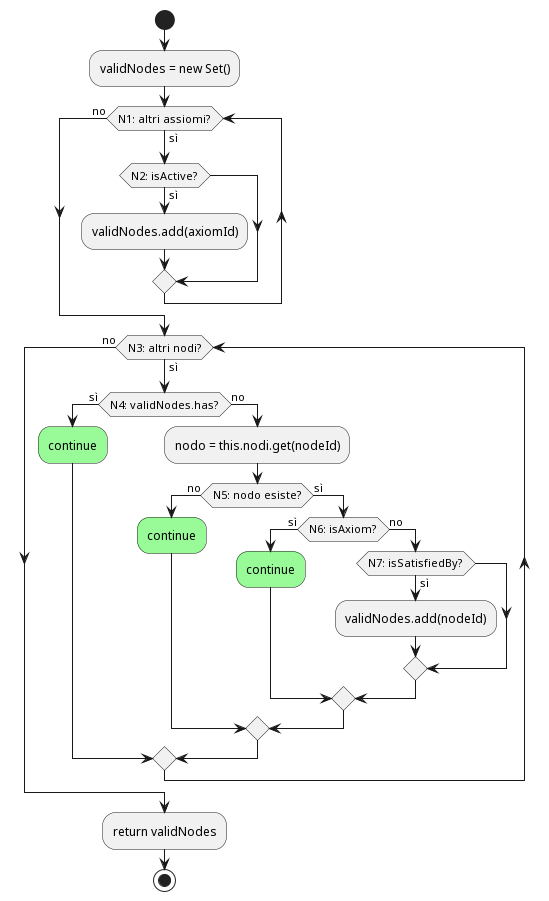
izaro-c/Matematika keeps this PlantUML diagram as docs/documento_progetto/images/cfg_diagram.png. Above is the earlier version.
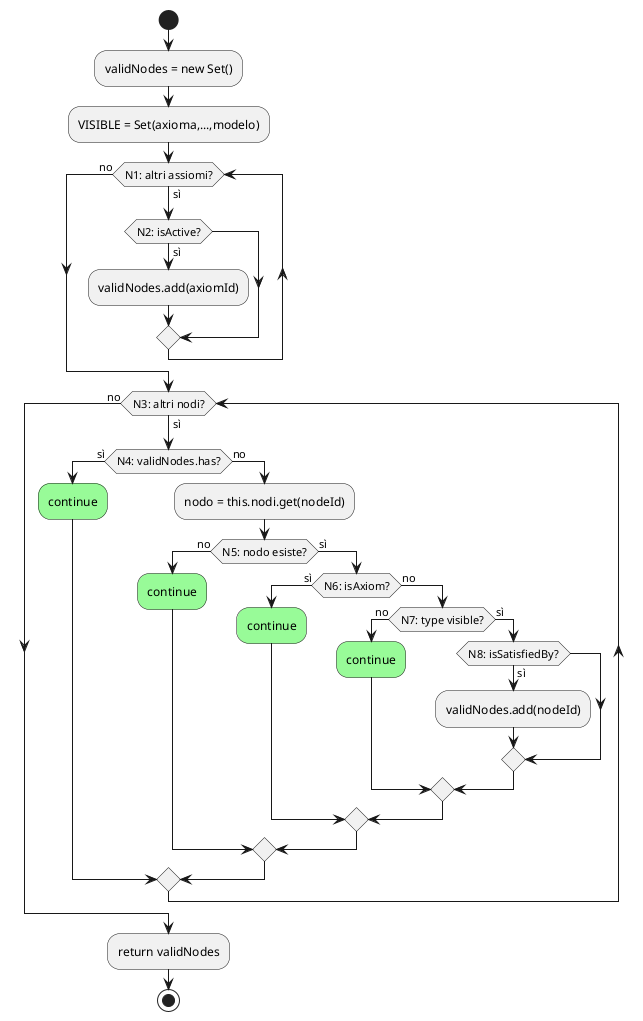
After the commit.

What changed in the source:
```diff
@@ -1,6 +1,7 @@
 @startuml
 start
 :validNodes = new Set();
+:VISIBLE = Set(axioma,...,modelo);
 
 while (N1: altri assiomi?) is (sì)
   if (N2: isActive?) then (sì)
@@ -19,8 +20,12 @@
       if (N6: isAxiom?) then (sì)
         #palegreen:continue;
       else (no)
-        if (N7: isSatisfiedBy?) then (sì)
-          :validNodes.add(nodeId);
+        if (N7: type visible?) then (no)
+          #palegreen:continue;
+        else (sì)
+          if (N8: isSatisfiedBy?) then (sì)
+            :validNodes.add(nodeId);
+          endif
         endif
       endif
     endif
```
